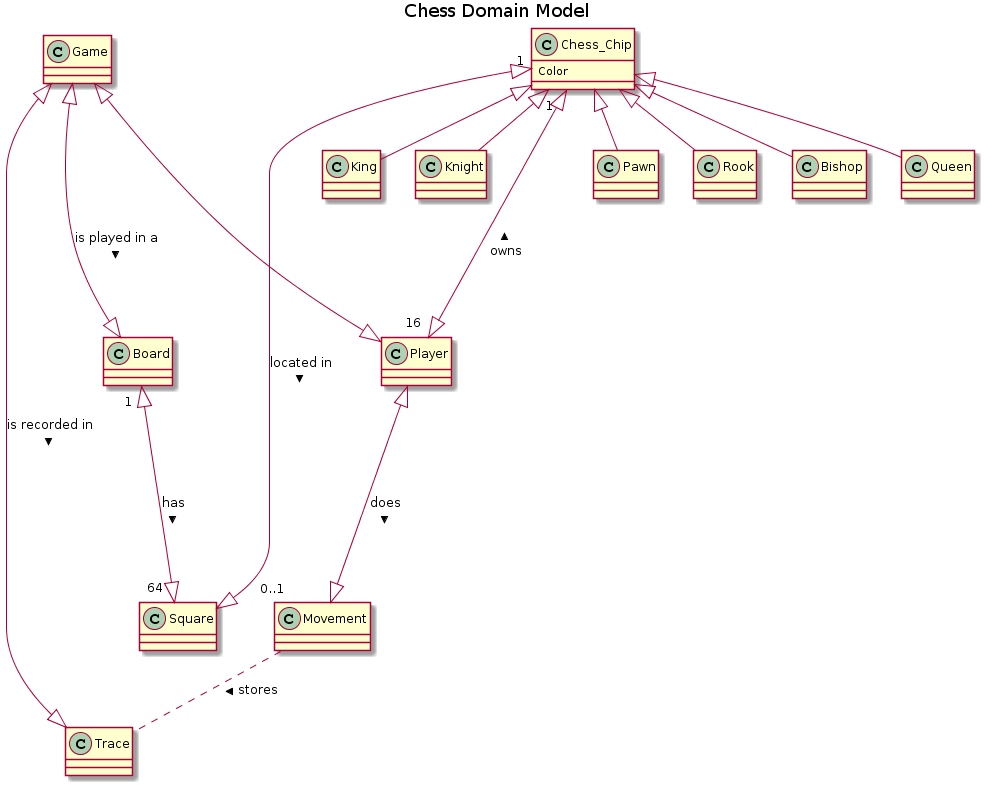
erdeivit/SpreadSheet_Daniel_David keeps this PlantUML diagram as Lab Deliveries/Improvement Domain Model - Project Chess - Leon Gonzalez Daniel and Hernandez Lopez David.png. Above is the earlier version. Its diagram source:
```plantuml
@startuml
title Chess Domain Model

class Player
class Chess_Chip {
Color
}
class Movement
class Game
class Board
class Trace
class Square
class Knight
class Pawn
class Rook
class Bishop
class Queen
class King


Chess_Chip 	"1  " <|----|> "16  " Player: < owns
Board 	"1  " <|----|> "64  " Square: has >
Game <|----|> Board: is played in a  >
Game <|----|> Player
Chess_Chip 	"   1" <|----|> "         0..1" Square: located in >
Game <|----|> Trace: is recorded in >
Movement .. Trace: stores >
Player  <|----|> Movement: does >
Chess_Chip <|-- Knight
Chess_Chip <|-- Pawn
Chess_Chip <|-- Rook
Chess_Chip <|-- Bishop
Chess_Chip <|-- Queen
Chess_Chip <|-- King
@enduml
```
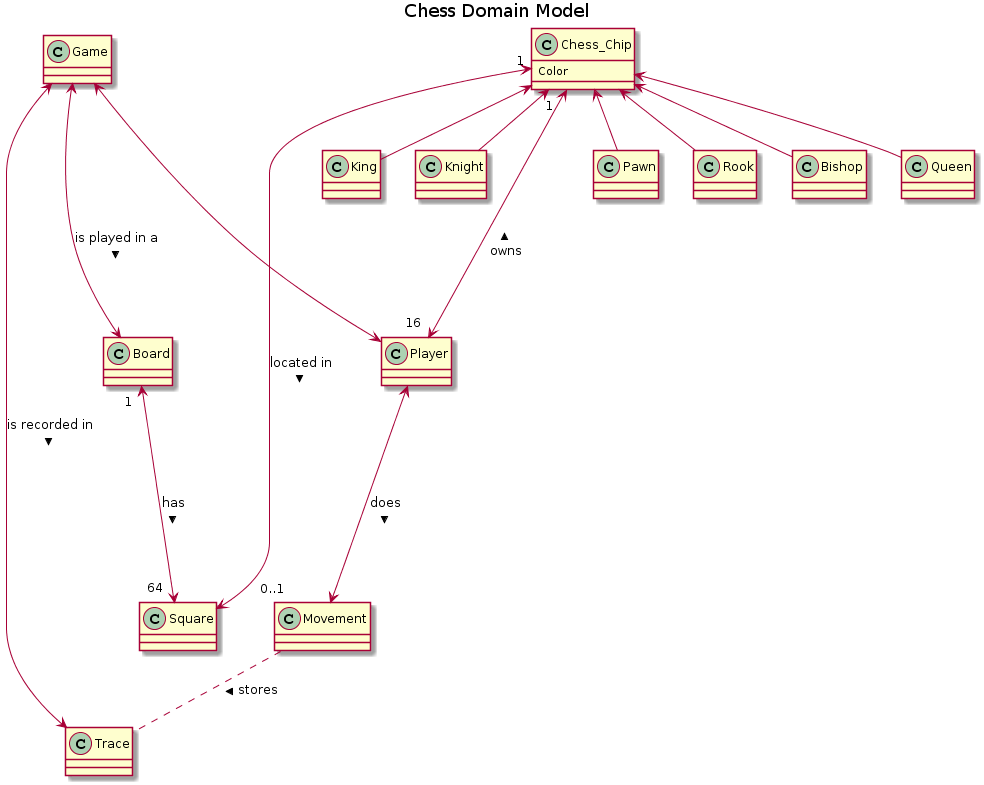
The same diagram one commit later.

Commit message:
UML Improvement

Change to the diagram source:
```diff
@@ -18,18 +18,18 @@
 class King
 
 
-Chess_Chip 	"1  " <|----|> "16  " Player: < owns
-Board 	"1  " <|----|> "64  " Square: has >
-Game <|----|> Board: is played in a  >
-Game <|----|> Player
-Chess_Chip 	"   1" <|----|> "         0..1" Square: located in >
-Game <|----|> Trace: is recorded in >
+Chess_Chip 	"1  " <----> "16  " Player: < owns
+Board 	"1  " <----> "64  " Square: has >
+Game <----> Board: is played in a  >
+Game <----> Player
+Chess_Chip 	"   1" <----> "         0..1" Square: located in >
+Game <----> Trace: is recorded in >
 Movement .. Trace: stores >
-Player  <|----|> Movement: does >
-Chess_Chip <|-- Knight
-Chess_Chip <|-- Pawn
-Chess_Chip <|-- Rook
-Chess_Chip <|-- Bishop
-Chess_Chip <|-- Queen
-Chess_Chip <|-- King
+Player  <----> Movement: does >
+Chess_Chip <-- Knight
+Chess_Chip <-- Pawn
+Chess_Chip <-- Rook
+Chess_Chip <-- Bishop
+Chess_Chip <-- Queen
+Chess_Chip <-- King
 @enduml
```
